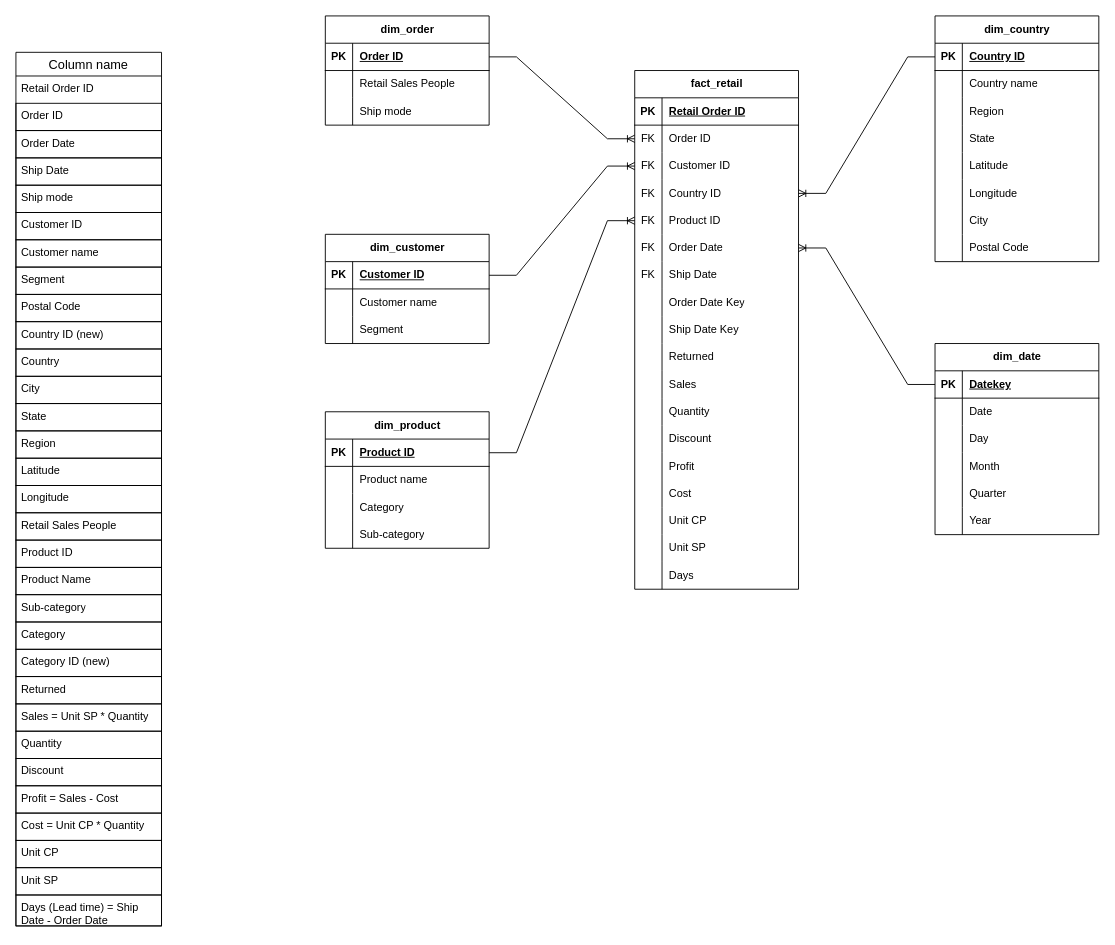
leduckie/supplychainproject keeps this draw.io diagram as Supply Chain & Sales performance/Data schema.drawio. Above is the earlier version. Source tidied: cells renumbered, new cells numbered last; positions are measured from the earlier drawing's top-left corner, leaving out a move shared by most shapes. Both pictures are drawn from the tidied source at 91%, with x=0, y=0 at pixel (15, 15).
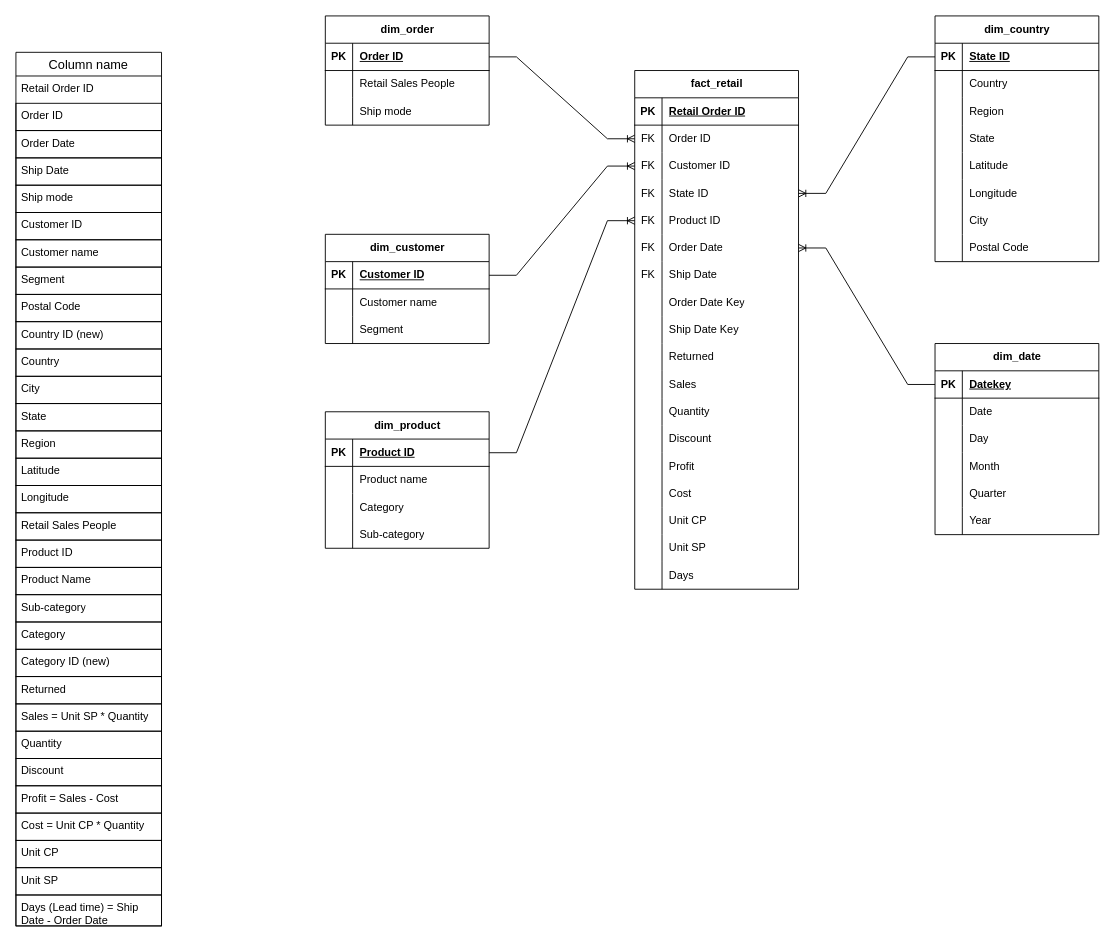
The same page after the edit.

Commit message:
Cập nhật Data schema.drawio

The change refers to these unchanged cells:
```xml
<mxCell id="44" style="shape=tableRow;horizontal=0;startSize=0;swimlaneHead=0;swimlaneBody=0;fillColor=none;points=[[0,0.5],[1,0.5]];portConstraint=eastwest;top=0;left=0;right=0;bottom=0;" parent="34" vertex="1">
  <mxGeometry y="120" width="180" height="30" as="geometry" />
</mxCell>
<mxCell id="110" style="shape=tableRow;horizontal=0;startSize=0;swimlaneHead=0;swimlaneBody=0;fillColor=none;points=[[0,0.5],[1,0.5]];portConstraint=eastwest;top=0;left=0;right=0;bottom=1;" parent="109" vertex="1">
  <mxGeometry y="30" width="180" height="30" as="geometry" />
</mxCell>
<mxCell id="113" style="shape=tableRow;horizontal=0;startSize=0;swimlaneHead=0;swimlaneBody=0;fillColor=none;top=0;left=0;right=0;bottom=0;" parent="109" vertex="1">
  <mxGeometry y="60" width="180" height="30" as="geometry" />
</mxCell>
```

The edit, as a diff of the source:
```diff
@@
-    <mxCell id="46" value="Country ID" style="shape=partialRectangle;fillColor=none;top=0;left=0;bottom=0;right=0;align=left;spacingLeft=6;overflow=hidden;whiteSpace=wrap;html=1;" parent="44" vertex="1">
+    <mxCell id="46" value="State ID" style="shape=partialRectangle;fillColor=none;top=0;left=0;bottom=0;right=0;align=left;spacingLeft=6;overflow=hidden;whiteSpace=wrap;html=1;" parent="44" vertex="1">
       <mxGeometry x="30" width="150" height="30" as="geometry" />
     </mxCell>
@@
-    <mxCell id="112" value="Country ID" style="shape=partialRectangle;fillColor=none;top=0;left=0;bottom=0;right=0;align=left;spacingLeft=6;fontStyle=5;overflow=hidden;whiteSpace=wrap;html=1;" parent="110" vertex="1">
+    <mxCell id="112" value="State ID" style="shape=partialRectangle;fillColor=none;top=0;left=0;bottom=0;right=0;align=left;spacingLeft=6;fontStyle=5;overflow=hidden;whiteSpace=wrap;html=1;" parent="110" vertex="1">
       <mxGeometry x="30" width="150" height="30" as="geometry" />
     </mxCell>
@@
-    <mxCell id="115" value="Country name" style="shape=partialRectangle;fillColor=none;top=0;left=0;bottom=0;right=0;align=left;spacingLeft=6;overflow=hidden;whiteSpace=wrap;html=1;" parent="113" vertex="1">
+    <mxCell id="115" value="Country" style="shape=partialRectangle;fillColor=none;top=0;left=0;bottom=0;right=0;align=left;spacingLeft=6;overflow=hidden;whiteSpace=wrap;html=1;" parent="113" vertex="1">
       <mxGeometry x="30" width="150" height="30" as="geometry" />
     </mxCell>
```
